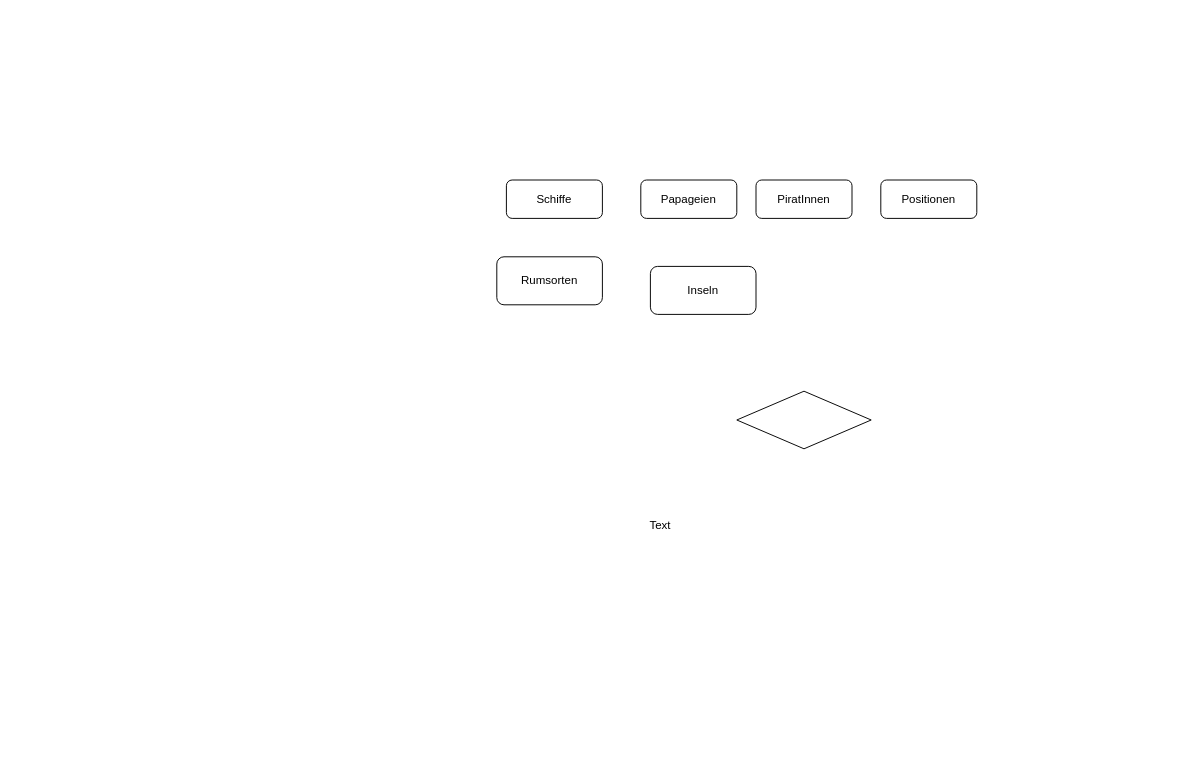
Earlier version of the draw.io diagram weisshaar_eer.drawio (Nashua32/databases_university). Source tidied: cells renumbered, new cells numbered last; positions are measured from the earlier drawing's top-left corner, leaving out a move shared by most shapes. Both pictures are drawn from the tidied source at 96%, with x=0, y=0 at pixel (496, 180).
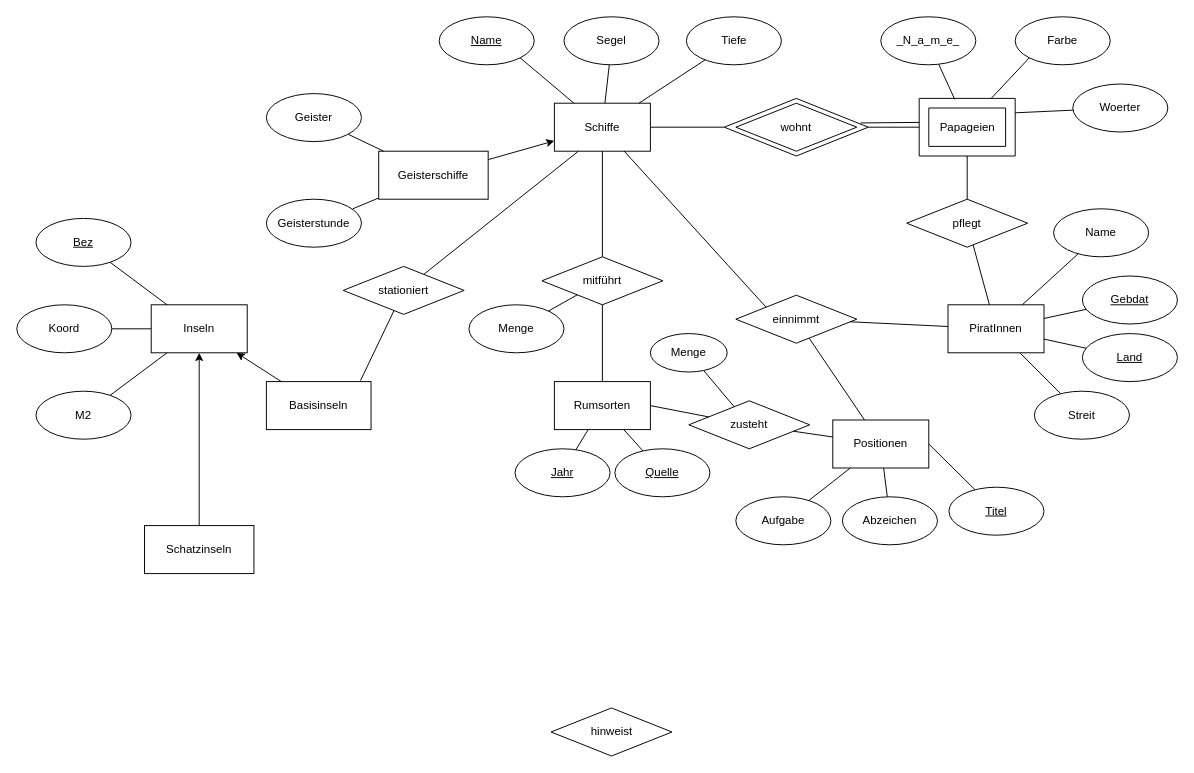
The same diagram, later.

What changed in the source:
```diff
@@
+    <mxCell id="10" value="pflegt" style="rhombus;whiteSpace=wrap;html=1;fontSize=12;" parent="1" vertex="1">
+      <mxGeometry x="427" y="20" width="126" height="50" as="geometry" />
+    </mxCell>
+    <mxCell id="11" value="einnimmt" style="rhombus;whiteSpace=wrap;html=1;fontSize=12;" parent="1" vertex="1">
+      <mxGeometry x="249" y="120" width="126" height="50" as="geometry" />
+    </mxCell>
+    <mxCell id="12" value="hinweist" style="rhombus;whiteSpace=wrap;html=1;fontSize=12;" parent="1" vertex="1">
+      <mxGeometry x="56.5" y="550" width="126" height="50" as="geometry" />
+    </mxCell>
+    <mxCell id="13" value="mitführt" style="rhombus;whiteSpace=wrap;html=1;fontSize=12;" parent="1" vertex="1">
+      <mxGeometry x="47" y="80" width="126" height="50" as="geometry" />
+    </mxCell>
+    <mxCell id="14" value="stationiert" style="rhombus;whiteSpace=wrap;html=1;fontSize=12;" parent="1" vertex="1">
+      <mxGeometry x="-160" y="90" width="126" height="50" as="geometry" />
+    </mxCell>
-    <mxCell id="2" value="&lt;font style=&quot;font-size: 12px;&quot;&gt;Schiffe&lt;/font&gt;" style="rounded=1;whiteSpace=wrap;html=1;" parent="1" vertex="1">
-      <mxGeometry x="10" width="100" height="40" as="geometry" />
+    <mxCell id="2" value="Schiffe" style="rounded=0;whiteSpace=wrap;html=1;" parent="1" vertex="1">
+      <mxGeometry x="60" y="-80" width="100" height="50" as="geometry" />
     </mxCell>
+    <mxCell id="4" value="PiratInnen" style="rounded=0;whiteSpace=wrap;html=1;" parent="1" vertex="1">
+      <mxGeometry x="470" y="130" width="100" height="50" as="geometry" />
+    </mxCell>
+    <mxCell id="6" value="Rumsorten" style="rounded=0;whiteSpace=wrap;html=1;" parent="1" vertex="1">
+      <mxGeometry x="60" y="210" width="100" height="50" as="geometry" />
+    </mxCell>
+    <mxCell id="9" value="Inseln" style="rounded=0;whiteSpace=wrap;html=1;" parent="1" vertex="1">
+      <mxGeometry x="-360" y="130" width="100" height="50" as="geometry" />
+    </mxCell>
+    <mxCell id="15" value="Geisterschiffe" style="rounded=0;whiteSpace=wrap;html=1;" parent="1" vertex="1">
+      <mxGeometry x="-123" y="-30" width="114" height="50" as="geometry" />
+    </mxCell>
+    <mxCell id="16" value="Schatzinseln" style="rounded=0;whiteSpace=wrap;html=1;" parent="1" vertex="1">
+      <mxGeometry x="-367" y="360" width="114" height="50" as="geometry" />
+    </mxCell>
+    <mxCell id="17" value="Basisinseln" style="rounded=0;whiteSpace=wrap;html=1;" parent="1" vertex="1">
+      <mxGeometry x="-240" y="210" width="109" height="50" as="geometry" />
+    </mxCell>
+    <mxCell id="5" value="Positionen" style="rounded=0;whiteSpace=wrap;html=1;" parent="1" vertex="1">
+      <mxGeometry x="350" y="250" width="100" height="50" as="geometry" />
+    </mxCell>
+    <mxCell id="18" value="Name" style="ellipse;whiteSpace=wrap;html=1;fontStyle=4;" parent="1" vertex="1">
+      <mxGeometry x="-60" y="-170" width="99" height="50" as="geometry" />
+    </mxCell>
+    <mxCell id="19" value="Segel" style="ellipse;whiteSpace=wrap;html=1;" parent="1" vertex="1">
+      <mxGeometry x="70" y="-170" width="99" height="50" as="geometry" />
+    </mxCell>
+    <mxCell id="20" value="Tiefe" style="ellipse;whiteSpace=wrap;html=1;" parent="1" vertex="1">
+      <mxGeometry x="197.5" y="-170" width="99" height="50" as="geometry" />
+    </mxCell>
+    <mxCell id="21" value="Geister" style="ellipse;whiteSpace=wrap;html=1;" parent="1" vertex="1">
+      <mxGeometry x="-240" y="-90" width="99" height="50" as="geometry" />
+    </mxCell>
+    <mxCell id="22" value="Geisterstunde" style="ellipse;whiteSpace=wrap;html=1;" parent="1" vertex="1">
+      <mxGeometry x="-240" y="20" width="99" height="50" as="geometry" />
+    </mxCell>
+    <mxCell id="23" style="endArrow=none;html=1;rounded=0;" parent="1" edge="1" source="21" target="15">
+      <mxGeometry relative="1" as="geometry" />
+    </mxCell>
+    <mxCell id="24" style="endArrow=none;html=1;rounded=0;" parent="1" edge="1" source="15">
+      <mxGeometry relative="1" as="geometry">
+        <mxPoint x="-150" y="30" as="targetPoint" />
+      </mxGeometry>
+    </mxCell>
+    <mxCell id="25" style="endArrow=none;html=1;rounded=0;exitX=1;exitY=1;exitDx=0;exitDy=0;" parent="1" edge="1" source="18" target="2">
+      <mxGeometry relative="1" as="geometry" />
+    </mxCell>
+    <mxCell id="26" style="endArrow=none;html=1;rounded=0;" parent="1" edge="1" source="19" target="2">
+      <mxGeometry relative="1" as="geometry" />
+    </mxCell>
+    <mxCell id="27" style="endArrow=none;html=1;rounded=0;" parent="1" edge="1" source="20" target="2">
+      <mxGeometry relative="1" as="geometry" />
+    </mxCell>
+    <mxCell id="28" style="endArrow=classic;html=1;rounded=0;" parent="1" edge="1" source="15" target="2">
+      <mxGeometry relative="1" as="geometry" />
+    </mxCell>
+    <mxCell id="29" value="_N_a_m_e_" style="ellipse;whiteSpace=wrap;html=1;fontStyle=0;" parent="1" vertex="1">
+      <mxGeometry x="400" y="-170" width="99" height="50" as="geometry" />
+    </mxCell>
+    <mxCell id="30" value="Farbe" style="ellipse;whiteSpace=wrap;html=1;" parent="1" vertex="1">
+      <mxGeometry x="540" y="-170" width="99" height="50" as="geometry" />
+    </mxCell>
+    <mxCell id="31" value="Woerter" style="ellipse;whiteSpace=wrap;html=1;" parent="1" vertex="1">
+      <mxGeometry x="600" y="-100" width="99" height="50" as="geometry" />
+    </mxCell>
+    <mxCell id="32" style="verticalLabelPosition=bottom;verticalAlign=top;html=1;shape=mxgraph.basic.frame;dx=10;whiteSpace=wrap;" parent="1" vertex="1">
+      <mxGeometry x="440" y="-85" width="100" height="60" as="geometry" />
+    </mxCell>
-    <mxCell id="3" value="Papageien" style="rounded=1;whiteSpace=wrap;html=1;" parent="1" vertex="1">
-      <mxGeometry x="150" width="100" height="40" as="geometry" />
+    <mxCell id="3" value="Papageien" style="text;html=1;align=center;verticalAlign=middle;strokeColor=none;fillColor=none;" parent="1" vertex="1">
+      <mxGeometry x="450" y="-70" width="80" height="30" as="geometry" />
     </mxCell>
-    <mxCell id="4" value="PiratInnen" style="rounded=1;whiteSpace=wrap;html=1;" parent="1" vertex="1">
-      <mxGeometry x="270" width="100" height="40" as="geometry" />
-    </mxCell>
-    <mxCell id="5" value="Positionen" style="rounded=1;whiteSpace=wrap;html=1;" parent="1" vertex="1">
-      <mxGeometry x="400" width="100" height="40" as="geometry" />
-    </mxCell>
-    <mxCell id="6" value="Rumsorten" style="rounded=1;whiteSpace=wrap;html=1;" parent="1" vertex="1">
-      <mxGeometry y="80" width="110" height="50" as="geometry" />
-    </mxCell>
+    <mxCell id="33" style="rhombus;whiteSpace=wrap;html=1;fontSize=12;" parent="1" vertex="1">
+      <mxGeometry x="237" y="-85" width="150" height="60" as="geometry" />
+    </mxCell>
-    <mxCell id="7" style="rhombus;whiteSpace=wrap;html=1;fontSize=12;" parent="1" vertex="1">
-      <mxGeometry x="250" y="220" width="140" height="60" as="geometry" />
+    <mxCell id="7" value="wohnt" style="rhombus;whiteSpace=wrap;html=1;fontSize=12;" parent="1" vertex="1">
+      <mxGeometry x="249" y="-80" width="126" height="50" as="geometry" />
     </mxCell>
-    <mxCell id="8" value="Text" style="text;html=1;align=center;verticalAlign=middle;strokeColor=none;fillColor=none;" parent="1" vertex="1">
-      <mxGeometry x="150" y="350" width="40" height="20" as="geometry" />
-    </mxCell>
-    <mxCell id="9" value="Inseln" style="rounded=1;whiteSpace=wrap;html=1;" parent="1" vertex="1">
-      <mxGeometry x="160" y="90" width="110" height="50" as="geometry" />
-    </mxCell>
+    <mxCell id="34" style="endArrow=none;html=1;rounded=0;exitX=0.946;exitY=0.426;exitDx=0;exitDy=0;exitPerimeter=0;" parent="1" edge="1" source="33">
+      <mxGeometry relative="1" as="geometry">
+        <mxPoint x="440" y="-60" as="targetPoint" />
+      </mxGeometry>
+    </mxCell>
+    <mxCell id="35" style="endArrow=none;html=1;rounded=0;entryX=0;entryY=0.5;entryDx=0;entryDy=0;entryPerimeter=0;exitX=1;exitY=0.5;exitDx=0;exitDy=0;" parent="1" edge="1" source="33" target="32">
+      <mxGeometry relative="1" as="geometry" />
+    </mxCell>
+    <mxCell id="36" style="endArrow=none;html=1;rounded=0;entryX=0;entryY=0.5;entryDx=0;entryDy=0;" parent="1" edge="1" source="2" target="33">
+      <mxGeometry relative="1" as="geometry" />
+    </mxCell>
+    <mxCell id="37" style="endArrow=none;html=1;rounded=0;entryX=0.37;entryY=0.017;entryDx=0;entryDy=0;entryPerimeter=0;" parent="1" edge="1" source="29" target="32">
+      <mxGeometry relative="1" as="geometry" />
+    </mxCell>
+    <mxCell id="38" style="endArrow=none;html=1;rounded=0;entryX=0;entryY=0;entryDx=75;entryDy=0;entryPerimeter=0;exitX=0;exitY=1;exitDx=0;exitDy=0;" parent="1" edge="1" source="30" target="32">
+      <mxGeometry relative="1" as="geometry" />
+    </mxCell>
+    <mxCell id="39" style="endArrow=none;html=1;rounded=0;entryX=0;entryY=0;entryDx=100;entryDy=15;entryPerimeter=0;" parent="1" edge="1" source="31" target="32">
+      <mxGeometry relative="1" as="geometry" />
+    </mxCell>
+    <mxCell id="40" value="Name" style="ellipse;whiteSpace=wrap;html=1;" parent="1" vertex="1">
+      <mxGeometry x="580" y="30" width="99" height="50" as="geometry" />
+    </mxCell>
+    <mxCell id="41" value="&lt;u&gt;Gebdat&lt;/u&gt;" style="ellipse;whiteSpace=wrap;html=1;" parent="1" vertex="1">
+      <mxGeometry x="610" y="100" width="99" height="50" as="geometry" />
+    </mxCell>
+    <mxCell id="42" value="Land" style="ellipse;whiteSpace=wrap;html=1;fontStyle=4;" parent="1" vertex="1">
+      <mxGeometry x="610" y="160" width="99" height="50" as="geometry" />
+    </mxCell>
+    <mxCell id="43" value="Streit" style="ellipse;whiteSpace=wrap;html=1;" parent="1" vertex="1">
+      <mxGeometry x="560" y="220" width="99" height="50" as="geometry" />
+    </mxCell>
+    <mxCell id="44" style="endArrow=none;html=1;rounded=0;" parent="1" edge="1" source="43" target="4">
+      <mxGeometry relative="1" as="geometry" />
+    </mxCell>
+    <mxCell id="45" style="endArrow=none;html=1;rounded=0;" parent="1" edge="1" source="42" target="4">
+      <mxGeometry relative="1" as="geometry" />
+    </mxCell>
+    <mxCell id="46" style="endArrow=none;html=1;rounded=0;" parent="1" edge="1" source="41" target="4">
+      <mxGeometry relative="1" as="geometry" />
+    </mxCell>
+    <mxCell id="47" style="endArrow=none;html=1;rounded=0;" parent="1" edge="1" source="40" target="4">
+      <mxGeometry relative="1" as="geometry" />
+    </mxCell>
+    <mxCell id="48" style="endArrow=none;html=1;rounded=0;" parent="1" edge="1" source="10" target="4">
+      <mxGeometry relative="1" as="geometry" />
+    </mxCell>
+    <mxCell id="49" style="endArrow=none;html=1;rounded=0;entryX=0.5;entryY=1;entryDx=0;entryDy=0;entryPerimeter=0;" parent="1" edge="1" source="10" target="32">
+      <mxGeometry relative="1" as="geometry" />
+    </mxCell>
+    <mxCell id="50" value="Titel" style="ellipse;whiteSpace=wrap;html=1;fontStyle=4;" parent="1" vertex="1">
+      <mxGeometry x="471" y="320" width="99" height="50" as="geometry" />
+    </mxCell>
+    <mxCell id="51" value="Abzeichen" style="ellipse;whiteSpace=wrap;html=1;" parent="1" vertex="1">
+      <mxGeometry x="360" y="330" width="99" height="50" as="geometry" />
+    </mxCell>
+    <mxCell id="52" value="Aufgabe" style="ellipse;whiteSpace=wrap;html=1;" parent="1" vertex="1">
+      <mxGeometry x="249" y="330" width="99" height="50" as="geometry" />
+    </mxCell>
+    <mxCell id="53" style="endArrow=none;html=1;rounded=0;" parent="1" edge="1" source="5" target="11">
+      <mxGeometry relative="1" as="geometry" />
+    </mxCell>
+    <mxCell id="54" style="endArrow=none;html=1;rounded=0;" parent="1" edge="1" source="4" target="11">
+      <mxGeometry relative="1" as="geometry" />
+    </mxCell>
+    <mxCell id="55" style="endArrow=none;html=1;rounded=0;exitX=1;exitY=0.5;exitDx=0;exitDy=0;" parent="1" edge="1" source="5" target="50">
+      <mxGeometry relative="1" as="geometry" />
+    </mxCell>
+    <mxCell id="56" style="endArrow=none;html=1;rounded=0;" parent="1" edge="1" source="51" target="5">
+      <mxGeometry relative="1" as="geometry" />
+    </mxCell>
+    <mxCell id="57" style="endArrow=none;html=1;rounded=0;" parent="1" edge="1" source="52" target="5">
+      <mxGeometry relative="1" as="geometry" />
+    </mxCell>
+    <mxCell id="58" style="endArrow=none;html=1;rounded=0;entryX=0;entryY=0;entryDx=0;entryDy=0;" parent="1" edge="1" source="2" target="11">
+      <mxGeometry relative="1" as="geometry" />
+    </mxCell>
+    <mxCell id="59" value="Jahr" style="ellipse;whiteSpace=wrap;html=1;fontStyle=4;" parent="1" vertex="1">
+      <mxGeometry x="19" y="280" width="99" height="50" as="geometry" />
+    </mxCell>
+    <mxCell id="60" value="Quelle" style="ellipse;whiteSpace=wrap;html=1;fontStyle=4;" parent="1" vertex="1">
+      <mxGeometry x="123" y="280" width="99" height="50" as="geometry" />
+    </mxCell>
+    <mxCell id="61" style="endArrow=none;html=1;rounded=0;" parent="1" edge="1" source="59" target="6">
+      <mxGeometry relative="1" as="geometry" />
+    </mxCell>
+    <mxCell id="62" style="endArrow=none;html=1;rounded=0;" parent="1" edge="1" source="60" target="6">
+      <mxGeometry relative="1" as="geometry" />
+    </mxCell>
+    <mxCell id="63" value="Menge" style="ellipse;whiteSpace=wrap;html=1;fontStyle=0;" parent="1" vertex="1">
+      <mxGeometry x="-29" y="130" width="99" height="50" as="geometry" />
+    </mxCell>
+    <mxCell id="64" style="endArrow=none;html=1;rounded=0;" parent="1" edge="1" source="6" target="13">
+      <mxGeometry relative="1" as="geometry" />
+    </mxCell>
+    <mxCell id="65" style="endArrow=none;html=1;rounded=0;" parent="1" edge="1" source="2" target="13">
+      <mxGeometry relative="1" as="geometry" />
+    </mxCell>
+    <mxCell id="66" style="endArrow=none;html=1;rounded=0;" parent="1" edge="1" source="63" target="13">
+      <mxGeometry relative="1" as="geometry" />
+    </mxCell>
+    <mxCell id="67" value="zusteht" style="rhombus;whiteSpace=wrap;html=1;fontSize=12;" parent="1" vertex="1">
+      <mxGeometry x="200" y="230" width="126" height="50" as="geometry" />
+    </mxCell>
+    <mxCell id="68" style="endArrow=none;html=1;rounded=0;" parent="1" edge="1" source="67" target="5">
+      <mxGeometry relative="1" as="geometry" />
+    </mxCell>
+    <mxCell id="69" style="endArrow=none;html=1;rounded=0;entryX=1;entryY=0.5;entryDx=0;entryDy=0;" parent="1" edge="1" source="67" target="6">
+      <mxGeometry relative="1" as="geometry" />
+    </mxCell>
+    <mxCell id="70" value="Menge" style="ellipse;whiteSpace=wrap;html=1;fontStyle=0;" parent="1" vertex="1">
+      <mxGeometry x="160" y="160" width="80" height="40" as="geometry" />
+    </mxCell>
+    <mxCell id="71" style="endArrow=none;html=1;rounded=0;" parent="1" edge="1" source="67" target="70">
+      <mxGeometry relative="1" as="geometry" />
+    </mxCell>
+    <mxCell id="72" value="Bez" style="ellipse;whiteSpace=wrap;html=1;fontStyle=4;" parent="1" vertex="1">
+      <mxGeometry x="-480" y="40" width="99" height="50" as="geometry" />
+    </mxCell>
+    <mxCell id="73" value="Koord" style="ellipse;whiteSpace=wrap;html=1;fontStyle=0;" parent="1" vertex="1">
+      <mxGeometry x="-500" y="130" width="99" height="50" as="geometry" />
+    </mxCell>
+    <mxCell id="74" value="M2" style="ellipse;whiteSpace=wrap;html=1;fontStyle=0;" parent="1" vertex="1">
+      <mxGeometry x="-480" y="220" width="99" height="50" as="geometry" />
+    </mxCell>
+    <mxCell id="75" style="endArrow=classic;html=1;rounded=0;" parent="1" edge="1" source="16" target="9">
+      <mxGeometry relative="1" as="geometry" />
+    </mxCell>
+    <mxCell id="76" style="endArrow=classic;html=1;rounded=0;" parent="1" edge="1" source="17" target="9">
+      <mxGeometry relative="1" as="geometry" />
+    </mxCell>
+    <mxCell id="77" style="endArrow=none;html=1;rounded=0;" parent="1" edge="1" source="72" target="9">
+      <mxGeometry relative="1" as="geometry" />
+    </mxCell>
+    <mxCell id="78" style="endArrow=none;html=1;rounded=0;" parent="1" edge="1" source="73" target="9">
+      <mxGeometry relative="1" as="geometry" />
+    </mxCell>
+    <mxCell id="79" style="endArrow=none;html=1;rounded=0;" parent="1" edge="1" source="74" target="9">
+      <mxGeometry relative="1" as="geometry" />
+    </mxCell>
+    <mxCell id="80" style="endArrow=none;html=1;rounded=0;exitX=0.899;exitY=-0.02;exitDx=0;exitDy=0;exitPerimeter=0;" parent="1" edge="1" source="17" target="14">
+      <mxGeometry relative="1" as="geometry" />
+    </mxCell>
+    <mxCell id="81" style="endArrow=none;html=1;rounded=0;exitX=0.25;exitY=1;exitDx=0;exitDy=0;" parent="1" edge="1" source="2" target="14">
+      <mxGeometry relative="1" as="geometry" />
+    </mxCell>
```
